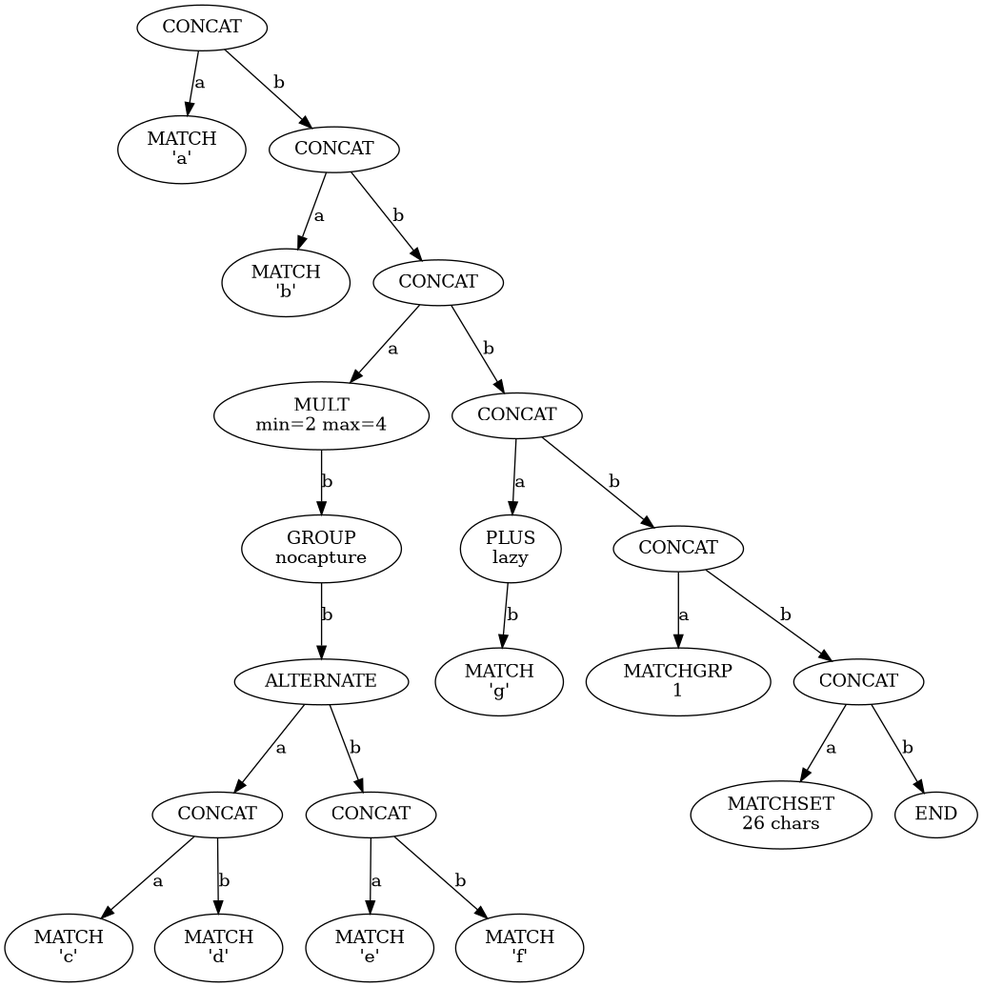
essele/rele keeps this Graphviz diagram as tree.png. Above is the earlier version. Its source is kept beside it as tree.dot.
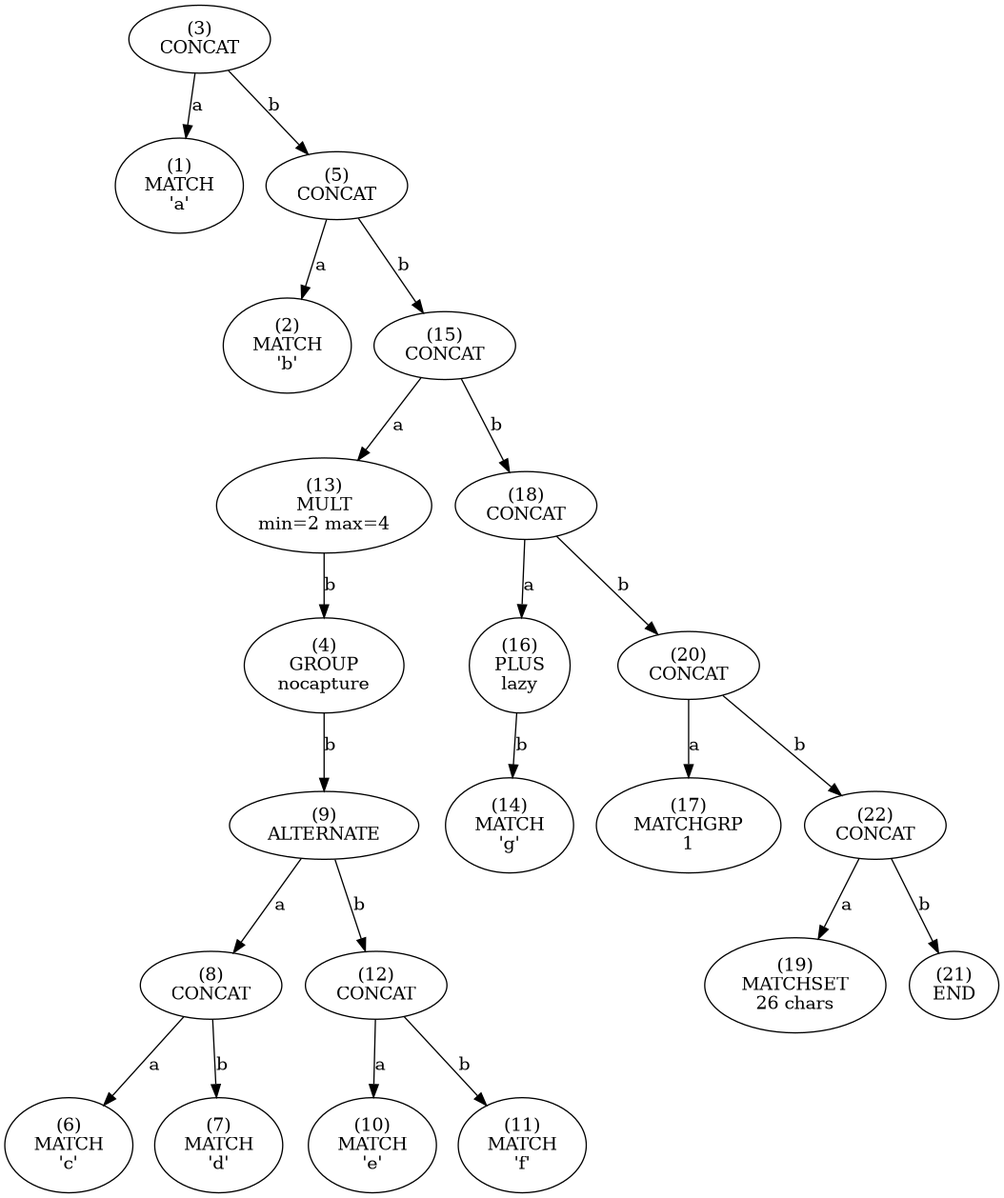
Later version of the same file.

Commit message:
Added tree_free to free up memory and validated with valgrind.

Change to the diagram source:
```diff
@@ -1,67 +1,89 @@
 digraph tree {
-    n0xbf5bb7e4f320 [label="CONCAT
+    n0x4a8f170 [label="(3)
+CONCAT
 "];
-    n0xbf5bb7e4f320 -> n0xbf5bb7e4f2c0 [label="a"];
-    n0xbf5bb7e4f2c0 [label="MATCH
+    n0x4a8f170 -> n0x4a8f090 [label="a"];
+    n0x4a8f090 [label="(1)
+MATCH
 'a'"];
-    n0xbf5bb7e4f320 -> n0xbf5bb7e4f380 [label="b"];
-    n0xbf5bb7e4f380 [label="CONCAT
+    n0x4a8f170 -> n0x4a8f250 [label="b"];
+    n0x4a8f250 [label="(5)
+CONCAT
 "];
-    n0xbf5bb7e4f380 -> n0xbf5bb7e4f2f0 [label="a"];
-    n0xbf5bb7e4f2f0 [label="MATCH
+    n0x4a8f250 -> n0x4a8f100 [label="a"];
+    n0x4a8f100 [label="(2)
+MATCH
 'b'"];
-    n0xbf5bb7e4f380 -> n0xbf5bb7e4f560 [label="b"];
-    n0xbf5bb7e4f560 [label="CONCAT
+    n0x4a8f250 -> n0x4a8f6b0 [label="b"];
+    n0x4a8f6b0 [label="(15)
+CONCAT
 "];
-    n0xbf5bb7e4f560 -> n0xbf5bb7e4f500 [label="a"];
-    n0xbf5bb7e4f500 [label="MULT
+    n0x4a8f6b0 -> n0x4a8f5d0 [label="a"];
+    n0x4a8f5d0 [label="(13)
+MULT
 min=2 max=4"];
-    n0xbf5bb7e4f500 -> n0xbf5bb7e4f350 [label="b"];
-    n0xbf5bb7e4f350 [label="GROUP
+    n0x4a8f5d0 -> n0x4a8f1e0 [label="b"];
+    n0x4a8f1e0 [label="(4)
+GROUP
 nocapture"];
-    n0xbf5bb7e4f350 -> n0xbf5bb7e4f440 [label="b"];
-    n0xbf5bb7e4f440 [label="ALTERNATE
+    n0x4a8f1e0 -> n0x4a8f410 [label="b"];
+    n0x4a8f410 [label="(9)
+ALTERNATE
 "];
-    n0xbf5bb7e4f440 -> n0xbf5bb7e4f410 [label="a"];
-    n0xbf5bb7e4f410 [label="CONCAT
+    n0x4a8f410 -> n0x4a8f3a0 [label="a"];
+    n0x4a8f3a0 [label="(8)
+CONCAT
 "];
-    n0xbf5bb7e4f410 -> n0xbf5bb7e4f3b0 [label="a"];
-    n0xbf5bb7e4f3b0 [label="MATCH
+    n0x4a8f3a0 -> n0x4a8f2c0 [label="a"];
+    n0x4a8f2c0 [label="(6)
+MATCH
 'c'"];
-    n0xbf5bb7e4f410 -> n0xbf5bb7e4f3e0 [label="b"];
-    n0xbf5bb7e4f3e0 [label="MATCH
+    n0x4a8f3a0 -> n0x4a8f330 [label="b"];
+    n0x4a8f330 [label="(7)
+MATCH
 'd'"];
-    n0xbf5bb7e4f440 -> n0xbf5bb7e4f4d0 [label="b"];
-    n0xbf5bb7e4f4d0 [label="CONCAT
+    n0x4a8f410 -> n0x4a8f560 [label="b"];
+    n0x4a8f560 [label="(12)
+CONCAT
 "];
-    n0xbf5bb7e4f4d0 -> n0xbf5bb7e4f470 [label="a"];
-    n0xbf5bb7e4f470 [label="MATCH
+    n0x4a8f560 -> n0x4a8f480 [label="a"];
+    n0x4a8f480 [label="(10)
+MATCH
 'e'"];
-    n0xbf5bb7e4f4d0 -> n0xbf5bb7e4f4a0 [label="b"];
-    n0xbf5bb7e4f4a0 [label="MATCH
+    n0x4a8f560 -> n0x4a8f4f0 [label="b"];
+    n0x4a8f4f0 [label="(11)
+MATCH
 'f'"];
-    n0xbf5bb7e4f560 -> n0xbf5bb7e4f5f0 [label="b"];
-    n0xbf5bb7e4f5f0 [label="CONCAT
+    n0x4a8f6b0 -> n0x4a8f800 [label="b"];
+    n0x4a8f800 [label="(18)
+CONCAT
 "];
-    n0xbf5bb7e4f5f0 -> n0xbf5bb7e4f590 [label="a"];
-    n0xbf5bb7e4f590 [label="PLUS
+    n0x4a8f800 -> n0x4a8f720 [label="a"];
+    n0x4a8f720 [label="(16)
+PLUS
 lazy"];
-    n0xbf5bb7e4f590 -> n0xbf5bb7e4f530 [label="b"];
-    n0xbf5bb7e4f530 [label="MATCH
+    n0x4a8f720 -> n0x4a8f640 [label="b"];
+    n0x4a8f640 [label="(14)
+MATCH
 'g'"];
-    n0xbf5bb7e4f5f0 -> n0xbf5bb7e4f650 [label="b"];
-    n0xbf5bb7e4f650 [label="CONCAT
+    n0x4a8f800 -> n0x4a8f8e0 [label="b"];
+    n0x4a8f8e0 [label="(20)
+CONCAT
 "];
-    n0xbf5bb7e4f650 -> n0xbf5bb7e4f5c0 [label="a"];
-    n0xbf5bb7e4f5c0 [label="MATCHGRP
+    n0x4a8f8e0 -> n0x4a8f790 [label="a"];
+    n0x4a8f790 [label="(17)
+MATCHGRP
 1"];
-    n0xbf5bb7e4f650 -> n0xbf5bb7e4f6d0 [label="b"];
-    n0xbf5bb7e4f6d0 [label="CONCAT
+    n0x4a8f8e0 -> n0x4a8fa10 [label="b"];
+    n0x4a8fa10 [label="(22)
+CONCAT
 "];
-    n0xbf5bb7e4f6d0 -> n0xbf5bb7e4f620 [label="a"];
-    n0xbf5bb7e4f620 [label="MATCHSET
+    n0x4a8fa10 -> n0x4a8f870 [label="a"];
+    n0x4a8f870 [label="(19)
+MATCHSET
 26 chars"];
-    n0xbf5bb7e4f6d0 -> n0xbf5bb7e4f6a0 [label="b"];
-    n0xbf5bb7e4f6a0 [label="END
+    n0x4a8fa10 -> n0x4a8f9a0 [label="b"];
+    n0x4a8f9a0 [label="(21)
+END
 "];
 }
```
